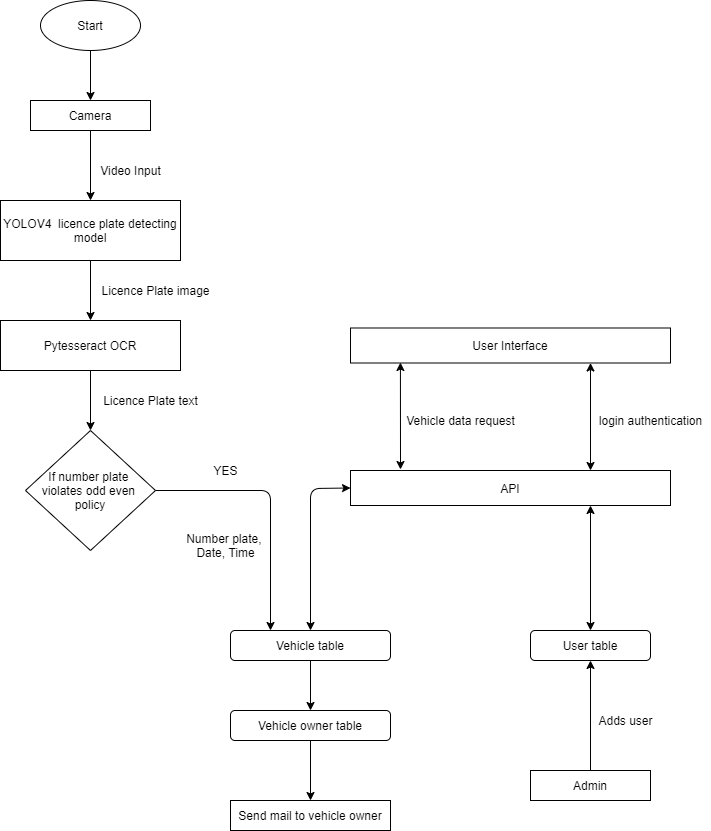
This is flowchart.png from shuhaibibrahim/design-project, a draw.io export, as it was before one commit. Source tidied: cells renumbered, new cells last; positions are measured from the earlier drawing's top-left corner, leaving out a move shared by most shapes. The source it was exported from:
```xml
<mxGraphModel>
  <root>
    <mxCell id="0" />
    <mxCell id="1" parent="0" />
    <mxCell id="2" value="Start" style="ellipse;whiteSpace=wrap;html=1;" parent="1" vertex="1">
      <mxGeometry x="40" width="100" height="50" as="geometry" />
    </mxCell>
    <mxCell id="3" style="endArrow=classic;html=1;" parent="1" edge="1" source="2" target="4">
      <mxGeometry relative="1" as="geometry" />
    </mxCell>
    <mxCell id="4" value="Camera" style="rounded=0;whiteSpace=wrap;html=1;" parent="1" vertex="1">
      <mxGeometry x="30" y="100" width="120" height="30" as="geometry" />
    </mxCell>
    <mxCell id="5" style="endArrow=classic;html=1;entryX=0.5;entryY=0;entryDx=0;entryDy=0;" parent="1" edge="1" target="6">
      <mxGeometry relative="1" as="geometry">
        <mxPoint x="90" y="130" as="sourcePoint" />
      </mxGeometry>
    </mxCell>
    <mxCell id="6" value="YOLOV4&amp;nbsp; licence plate detecting model" style="rounded=0;whiteSpace=wrap;html=1;" parent="1" vertex="1">
      <mxGeometry y="200" width="180" height="60" as="geometry" />
    </mxCell>
    <mxCell id="7" value="Video Input" style="text;html=1;align=center;verticalAlign=middle;" parent="1" vertex="1">
      <mxGeometry x="90" y="160" width="80" height="20" as="geometry" />
    </mxCell>
    <mxCell id="8" style="endArrow=classic;html=1;exitX=0.5;exitY=1;exitDx=0;exitDy=0;" parent="1" edge="1" source="6" target="9">
      <mxGeometry relative="1" as="geometry" />
    </mxCell>
    <mxCell id="9" value="Pytesseract OCR" style="rounded=0;whiteSpace=wrap;html=1;" parent="1" vertex="1">
      <mxGeometry y="320" width="180" height="50" as="geometry" />
    </mxCell>
    <mxCell id="10" style="endArrow=classic;html=1;exitX=0.5;exitY=1;exitDx=0;exitDy=0;entryX=0.5;entryY=0;entryDx=0;entryDy=0;" parent="1" edge="1" source="9" target="13">
      <mxGeometry relative="1" as="geometry" />
    </mxCell>
    <mxCell id="11" value="Licence Plate image" style="text;html=1;align=center;verticalAlign=middle;" parent="1" vertex="1">
      <mxGeometry x="95" y="280" width="120" height="20" as="geometry" />
    </mxCell>
    <mxCell id="12" value="Licence Plate text" style="text;html=1;align=center;verticalAlign=middle;" parent="1" vertex="1">
      <mxGeometry x="95" y="390" width="110" height="20" as="geometry" />
    </mxCell>
    <mxCell id="13" value="If number plate &lt;br&gt;violates odd even&amp;nbsp;&lt;br&gt;policy" style="rhombus;whiteSpace=wrap;html=1;" parent="1" vertex="1">
      <mxGeometry x="25" y="430" width="130" height="120" as="geometry" />
    </mxCell>
    <mxCell id="14" style="endArrow=classic;html=1;entryX=0.25;entryY=0;entryDx=0;entryDy=0;" parent="1" edge="1" target="28">
      <mxGeometry relative="1" as="geometry">
        <mxPoint x="155" y="490" as="sourcePoint" />
        <Array as="points">
          <mxPoint x="270" y="490" />
        </Array>
      </mxGeometry>
    </mxCell>
    <mxCell id="15" value="Number plate, &lt;br&gt;Date, Time" style="text;html=1;align=center;verticalAlign=middle;" parent="1" vertex="1">
      <mxGeometry x="180" y="530" width="90" height="30" as="geometry" />
    </mxCell>
    <mxCell id="16" value="YES" style="text;html=1;align=center;verticalAlign=middle;" parent="1" vertex="1">
      <mxGeometry x="205" y="460" width="40" height="20" as="geometry" />
    </mxCell>
    <mxCell id="17" value="API" style="rounded=0;whiteSpace=wrap;html=1;" parent="1" vertex="1">
      <mxGeometry x="350" y="470" width="320" height="35" as="geometry" />
    </mxCell>
    <mxCell id="18" value="User Interface" style="rounded=0;whiteSpace=wrap;html=1;" parent="1" vertex="1">
      <mxGeometry x="350" y="327.5" width="320" height="35" as="geometry" />
    </mxCell>
    <mxCell id="19" style="endArrow=classic;startArrow=classic;html=1;entryX=0.156;entryY=0.986;entryDx=0;entryDy=0;entryPerimeter=0;" parent="1" edge="1" target="18">
      <mxGeometry relative="1" as="geometry">
        <mxPoint x="400" y="469" as="sourcePoint" />
      </mxGeometry>
    </mxCell>
    <mxCell id="20" style="endArrow=classic;startArrow=classic;html=1;entryX=0;entryY=0.5;entryDx=0;entryDy=0;exitX=0.5;exitY=0;exitDx=0;exitDy=0;" parent="1" edge="1" source="28" target="17">
      <mxGeometry relative="1" as="geometry">
        <Array as="points">
          <mxPoint x="310" y="488" />
        </Array>
      </mxGeometry>
    </mxCell>
    <mxCell id="21" style="endArrow=classic;startArrow=classic;html=1;exitX=0.75;exitY=0;exitDx=0;exitDy=0;entryX=0.75;entryY=1;entryDx=0;entryDy=0;" parent="1" edge="1" source="17" target="18">
      <mxGeometry relative="1" as="geometry" />
    </mxCell>
    <mxCell id="22" value="Vehicle data request" style="text;html=1;align=center;verticalAlign=middle;" parent="1" vertex="1">
      <mxGeometry x="400" y="410" width="120" height="20" as="geometry" />
    </mxCell>
    <mxCell id="23" value="login authentication" style="text;html=1;align=center;verticalAlign=middle;" parent="1" vertex="1">
      <mxGeometry x="590" y="410" width="120" height="20" as="geometry" />
    </mxCell>
    <mxCell id="24" style="endArrow=classic;startArrow=classic;html=1;entryX=0.75;entryY=1;entryDx=0;entryDy=0;exitX=0.5;exitY=0;exitDx=0;exitDy=0;" parent="1" edge="1" source="29" target="17">
      <mxGeometry relative="1" as="geometry" />
    </mxCell>
    <mxCell id="25" style="endArrow=classic;html=1;exitX=0.5;exitY=1;exitDx=0;exitDy=0;entryX=0.5;entryY=0;entryDx=0;entryDy=0;" parent="1" edge="1" target="30">
      <mxGeometry relative="1" as="geometry">
        <mxPoint x="310" y="650" as="sourcePoint" />
      </mxGeometry>
    </mxCell>
    <mxCell id="26" style="endArrow=classic;html=1;exitX=0.5;exitY=1;exitDx=0;exitDy=0;" parent="1" edge="1" source="30">
      <mxGeometry relative="1" as="geometry">
        <mxPoint x="310" y="800" as="targetPoint" />
      </mxGeometry>
    </mxCell>
    <mxCell id="27" value="Send mail to vehicle owner" style="rounded=0;whiteSpace=wrap;html=1;" parent="1" vertex="1">
      <mxGeometry x="230" y="800" width="160" height="30" as="geometry" />
    </mxCell>
    <mxCell id="28" value="Vehicle table" style="rounded=1;whiteSpace=wrap;html=1;" parent="1" vertex="1">
      <mxGeometry x="230" y="630" width="160" height="30" as="geometry" />
    </mxCell>
    <mxCell id="29" value="User table" style="rounded=1;whiteSpace=wrap;html=1;" parent="1" vertex="1">
      <mxGeometry x="530" y="630" width="120" height="30" as="geometry" />
    </mxCell>
    <mxCell id="30" value="Vehicle owner table" style="rounded=1;whiteSpace=wrap;html=1;" parent="1" vertex="1">
      <mxGeometry x="230" y="710" width="160" height="30" as="geometry" />
    </mxCell>
    <mxCell id="31" value="Admin" style="rounded=0;whiteSpace=wrap;html=1;" parent="1" vertex="1">
      <mxGeometry x="530" y="770" width="120" height="30" as="geometry" />
    </mxCell>
    <mxCell id="32" style="endArrow=classic;html=1;exitX=0.5;exitY=0;exitDx=0;exitDy=0;entryX=0.5;entryY=1;entryDx=0;entryDy=0;" parent="1" edge="1" source="31" target="29">
      <mxGeometry relative="1" as="geometry" />
    </mxCell>
    <mxCell id="33" value="Adds user" style="text;html=1;align=center;verticalAlign=middle;" parent="1" vertex="1">
      <mxGeometry x="590" y="710" width="70" height="20" as="geometry" />
    </mxCell>
  </root>
</mxGraphModel>
```
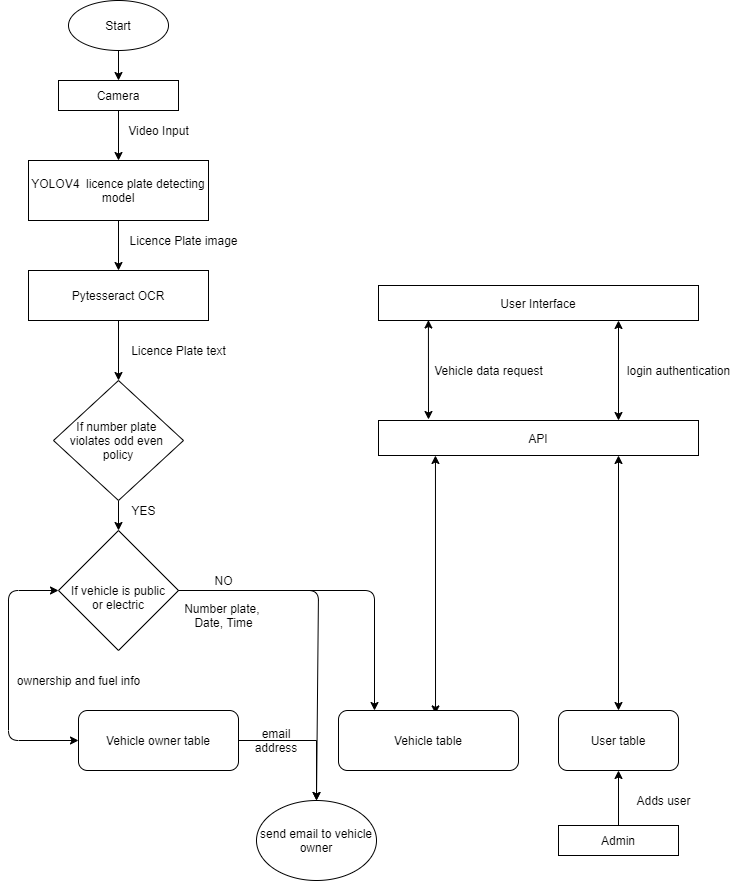
Later version of the same file.

Commit message:
design flow diagram

Diff of the diagram source:
```diff
@@ -3,24 +3,22 @@
     <mxCell id="0" />
     <mxCell id="1" parent="0" />
     <mxCell id="2" value="Start" style="ellipse;whiteSpace=wrap;html=1;" parent="1" vertex="1">
-      <mxGeometry x="40" width="100" height="50" as="geometry" />
+      <mxGeometry x="40" y="50" width="100" height="50" as="geometry" />
     </mxCell>
     <mxCell id="3" style="endArrow=classic;html=1;" parent="1" edge="1" source="2" target="4">
       <mxGeometry relative="1" as="geometry" />
     </mxCell>
     <mxCell id="4" value="Camera" style="rounded=0;whiteSpace=wrap;html=1;" parent="1" vertex="1">
-      <mxGeometry x="30" y="100" width="120" height="30" as="geometry" />
+      <mxGeometry x="30" y="130" width="120" height="30" as="geometry" />
     </mxCell>
-    <mxCell id="5" style="endArrow=classic;html=1;entryX=0.5;entryY=0;entryDx=0;entryDy=0;" parent="1" edge="1" target="6">
-      <mxGeometry relative="1" as="geometry">
-        <mxPoint x="90" y="130" as="sourcePoint" />
-      </mxGeometry>
+    <mxCell id="5" style="endArrow=classic;html=1;entryX=0.5;entryY=0;entryDx=0;entryDy=0;exitX=0.5;exitY=1;exitDx=0;exitDy=0;" parent="1" edge="1" source="4" target="6">
+      <mxGeometry relative="1" as="geometry" />
     </mxCell>
     <mxCell id="6" value="YOLOV4&amp;nbsp; licence plate detecting model" style="rounded=0;whiteSpace=wrap;html=1;" parent="1" vertex="1">
-      <mxGeometry y="200" width="180" height="60" as="geometry" />
+      <mxGeometry y="210" width="180" height="60" as="geometry" />
     </mxCell>
     <mxCell id="7" value="Video Input" style="text;html=1;align=center;verticalAlign=middle;" parent="1" vertex="1">
-      <mxGeometry x="90" y="160" width="80" height="20" as="geometry" />
+      <mxGeometry x="90" y="170" width="80" height="20" as="geometry" />
     </mxCell>
     <mxCell id="8" style="endArrow=classic;html=1;exitX=0.5;exitY=1;exitDx=0;exitDy=0;" parent="1" edge="1" source="6" target="9">
       <mxGeometry relative="1" as="geometry" />
@@ -37,40 +35,31 @@
     <mxCell id="12" value="Licence Plate text" style="text;html=1;align=center;verticalAlign=middle;" parent="1" vertex="1">
       <mxGeometry x="95" y="390" width="110" height="20" as="geometry" />
     </mxCell>
+    <mxCell id="34" style="edgeStyle=orthogonalEdgeStyle;rounded=0;jettySize=auto;html=1;exitX=0.5;exitY=1;exitDx=0;exitDy=0;entryX=0.5;entryY=0;entryDx=0;entryDy=0;" parent="1" edge="1" source="13" target="36">
+      <mxGeometry relative="1" as="geometry" />
+    </mxCell>
     <mxCell id="13" value="If number plate &lt;br&gt;violates odd even&amp;nbsp;&lt;br&gt;policy" style="rhombus;whiteSpace=wrap;html=1;" parent="1" vertex="1">
       <mxGeometry x="25" y="430" width="130" height="120" as="geometry" />
     </mxCell>
-    <mxCell id="14" style="endArrow=classic;html=1;entryX=0.25;entryY=0;entryDx=0;entryDy=0;" parent="1" edge="1" target="28">
-      <mxGeometry relative="1" as="geometry">
-        <mxPoint x="155" y="490" as="sourcePoint" />
-        <Array as="points">
-          <mxPoint x="270" y="490" />
-        </Array>
-      </mxGeometry>
-    </mxCell>
     <mxCell id="15" value="Number plate, &lt;br&gt;Date, Time" style="text;html=1;align=center;verticalAlign=middle;" parent="1" vertex="1">
-      <mxGeometry x="180" y="530" width="90" height="30" as="geometry" />
+      <mxGeometry x="150" y="650" width="90" height="30" as="geometry" />
     </mxCell>
     <mxCell id="16" value="YES" style="text;html=1;align=center;verticalAlign=middle;" parent="1" vertex="1">
-      <mxGeometry x="205" y="460" width="40" height="20" as="geometry" />
+      <mxGeometry x="95" y="550" width="40" height="20" as="geometry" />
     </mxCell>
     <mxCell id="17" value="API" style="rounded=0;whiteSpace=wrap;html=1;" parent="1" vertex="1">
       <mxGeometry x="350" y="470" width="320" height="35" as="geometry" />
     </mxCell>
     <mxCell id="18" value="User Interface" style="rounded=0;whiteSpace=wrap;html=1;" parent="1" vertex="1">
-      <mxGeometry x="350" y="327.5" width="320" height="35" as="geometry" />
+      <mxGeometry x="350" y="335" width="320" height="35" as="geometry" />
     </mxCell>
     <mxCell id="19" style="endArrow=classic;startArrow=classic;html=1;entryX=0.156;entryY=0.986;entryDx=0;entryDy=0;entryPerimeter=0;" parent="1" edge="1" target="18">
       <mxGeometry relative="1" as="geometry">
         <mxPoint x="400" y="469" as="sourcePoint" />
       </mxGeometry>
     </mxCell>
-    <mxCell id="20" style="endArrow=classic;startArrow=classic;html=1;entryX=0;entryY=0.5;entryDx=0;entryDy=0;exitX=0.5;exitY=0;exitDx=0;exitDy=0;" parent="1" edge="1" source="28" target="17">
-      <mxGeometry relative="1" as="geometry">
-        <Array as="points">
-          <mxPoint x="310" y="488" />
-        </Array>
-      </mxGeometry>
+    <mxCell id="20" style="endArrow=classic;startArrow=classic;html=1;exitX=0.539;exitY=0.057;exitDx=0;exitDy=0;entryX=0.178;entryY=1;entryDx=0;entryDy=0;entryPerimeter=0;exitPerimeter=0;" parent="1" edge="1" source="28" target="17">
+      <mxGeometry relative="1" as="geometry" />
     </mxCell>
     <mxCell id="21" style="endArrow=classic;startArrow=classic;html=1;exitX=0.75;exitY=0;exitDx=0;exitDy=0;entryX=0.75;entryY=1;entryDx=0;entryDy=0;" parent="1" edge="1" source="17" target="18">
       <mxGeometry relative="1" as="geometry" />
@@ -84,36 +73,64 @@
     <mxCell id="24" style="endArrow=classic;startArrow=classic;html=1;entryX=0.75;entryY=1;entryDx=0;entryDy=0;exitX=0.5;exitY=0;exitDx=0;exitDy=0;" parent="1" edge="1" source="29" target="17">
       <mxGeometry relative="1" as="geometry" />
     </mxCell>
-    <mxCell id="25" style="endArrow=classic;html=1;exitX=0.5;exitY=1;exitDx=0;exitDy=0;entryX=0.5;entryY=0;entryDx=0;entryDy=0;" parent="1" edge="1" target="30">
-      <mxGeometry relative="1" as="geometry">
-        <mxPoint x="310" y="650" as="sourcePoint" />
-      </mxGeometry>
-    </mxCell>
-    <mxCell id="26" style="endArrow=classic;html=1;exitX=0.5;exitY=1;exitDx=0;exitDy=0;" parent="1" edge="1" source="30">
-      <mxGeometry relative="1" as="geometry">
-        <mxPoint x="310" y="800" as="targetPoint" />
-      </mxGeometry>
-    </mxCell>
-    <mxCell id="27" value="Send mail to vehicle owner" style="rounded=0;whiteSpace=wrap;html=1;" parent="1" vertex="1">
-      <mxGeometry x="230" y="800" width="160" height="30" as="geometry" />
-    </mxCell>
     <mxCell id="28" value="Vehicle table" style="rounded=1;whiteSpace=wrap;html=1;" parent="1" vertex="1">
-      <mxGeometry x="230" y="630" width="160" height="30" as="geometry" />
+      <mxGeometry x="310" y="760" width="180" height="60" as="geometry" />
     </mxCell>
     <mxCell id="29" value="User table" style="rounded=1;whiteSpace=wrap;html=1;" parent="1" vertex="1">
-      <mxGeometry x="530" y="630" width="120" height="30" as="geometry" />
+      <mxGeometry x="530" y="760" width="120" height="60" as="geometry" />
     </mxCell>
+    <mxCell id="35" style="edgeStyle=orthogonalEdgeStyle;rounded=0;jettySize=auto;html=1;entryX=0.5;entryY=0;entryDx=0;entryDy=0;" parent="1" edge="1" source="30" target="43">
+      <mxGeometry relative="1" as="geometry" />
+    </mxCell>
     <mxCell id="30" value="Vehicle owner table" style="rounded=1;whiteSpace=wrap;html=1;" parent="1" vertex="1">
-      <mxGeometry x="230" y="710" width="160" height="30" as="geometry" />
+      <mxGeometry x="50" y="760" width="160" height="60" as="geometry" />
     </mxCell>
     <mxCell id="31" value="Admin" style="rounded=0;whiteSpace=wrap;html=1;" parent="1" vertex="1">
-      <mxGeometry x="530" y="770" width="120" height="30" as="geometry" />
+      <mxGeometry x="530" y="875" width="120" height="30" as="geometry" />
     </mxCell>
     <mxCell id="32" style="endArrow=classic;html=1;exitX=0.5;exitY=0;exitDx=0;exitDy=0;entryX=0.5;entryY=1;entryDx=0;entryDy=0;" parent="1" edge="1" source="31" target="29">
       <mxGeometry relative="1" as="geometry" />
     </mxCell>
     <mxCell id="33" value="Adds user" style="text;html=1;align=center;verticalAlign=middle;" parent="1" vertex="1">
-      <mxGeometry x="590" y="710" width="70" height="20" as="geometry" />
+      <mxGeometry x="600" y="840" width="70" height="20" as="geometry" />
     </mxCell>
+    <mxCell id="36" value="&lt;br&gt;If vehicle is public&lt;br&gt;or electric" style="rhombus;whiteSpace=wrap;html=1;" parent="1" vertex="1">
+      <mxGeometry x="30" y="580" width="120" height="120" as="geometry" />
+    </mxCell>
+    <mxCell id="37" style="endArrow=classic;html=1;exitX=1;exitY=0.5;exitDx=0;exitDy=0;entryX=0.2;entryY=0;entryDx=0;entryDy=0;entryPerimeter=0;" parent="1" edge="1" source="36" target="28">
+      <mxGeometry relative="1" as="geometry">
+        <Array as="points">
+          <mxPoint x="346" y="640" />
+        </Array>
+      </mxGeometry>
+    </mxCell>
+    <mxCell id="38" value="NO" style="text;html=1;align=center;verticalAlign=middle;" parent="1" vertex="1">
+      <mxGeometry x="180" y="620" width="30" height="20" as="geometry" />
+    </mxCell>
+    <mxCell id="39" value="ownership and fuel info" style="text;html=1;align=center;verticalAlign=middle;" parent="1" vertex="1">
+      <mxGeometry x="-20" y="720" width="140" height="20" as="geometry" />
+    </mxCell>
+    <mxCell id="40" style="endArrow=classic;html=1;entryX=0.5;entryY=0;entryDx=0;entryDy=0;" parent="1" edge="1" target="43">
+      <mxGeometry relative="1" as="geometry">
+        <mxPoint x="150" y="640" as="sourcePoint" />
+        <Array as="points">
+          <mxPoint x="290" y="640" />
+        </Array>
+      </mxGeometry>
+    </mxCell>
+    <mxCell id="41" value="email address&lt;br&gt;" style="text;html=1;strokeColor=none;fillColor=none;align=center;verticalAlign=middle;whiteSpace=wrap;rounded=0;" parent="1" vertex="1">
+      <mxGeometry x="228" y="780" width="40" height="20" as="geometry" />
+    </mxCell>
+    <mxCell id="42" style="endArrow=classic;startArrow=classic;html=1;entryX=0;entryY=0.5;entryDx=0;entryDy=0;exitX=0;exitY=0.5;exitDx=0;exitDy=0;" parent="1" edge="1" source="30" target="36">
+      <mxGeometry relative="1" as="geometry">
+        <Array as="points">
+          <mxPoint x="-20" y="790" />
+          <mxPoint x="-20" y="640" />
+        </Array>
+      </mxGeometry>
+    </mxCell>
+    <mxCell id="43" value="send email to vehicle owner" style="ellipse;whiteSpace=wrap;html=1;" parent="1" vertex="1">
+      <mxGeometry x="228" y="850" width="120" height="80" as="geometry" />
+    </mxCell>
   </root>
 </mxGraphModel>
```
